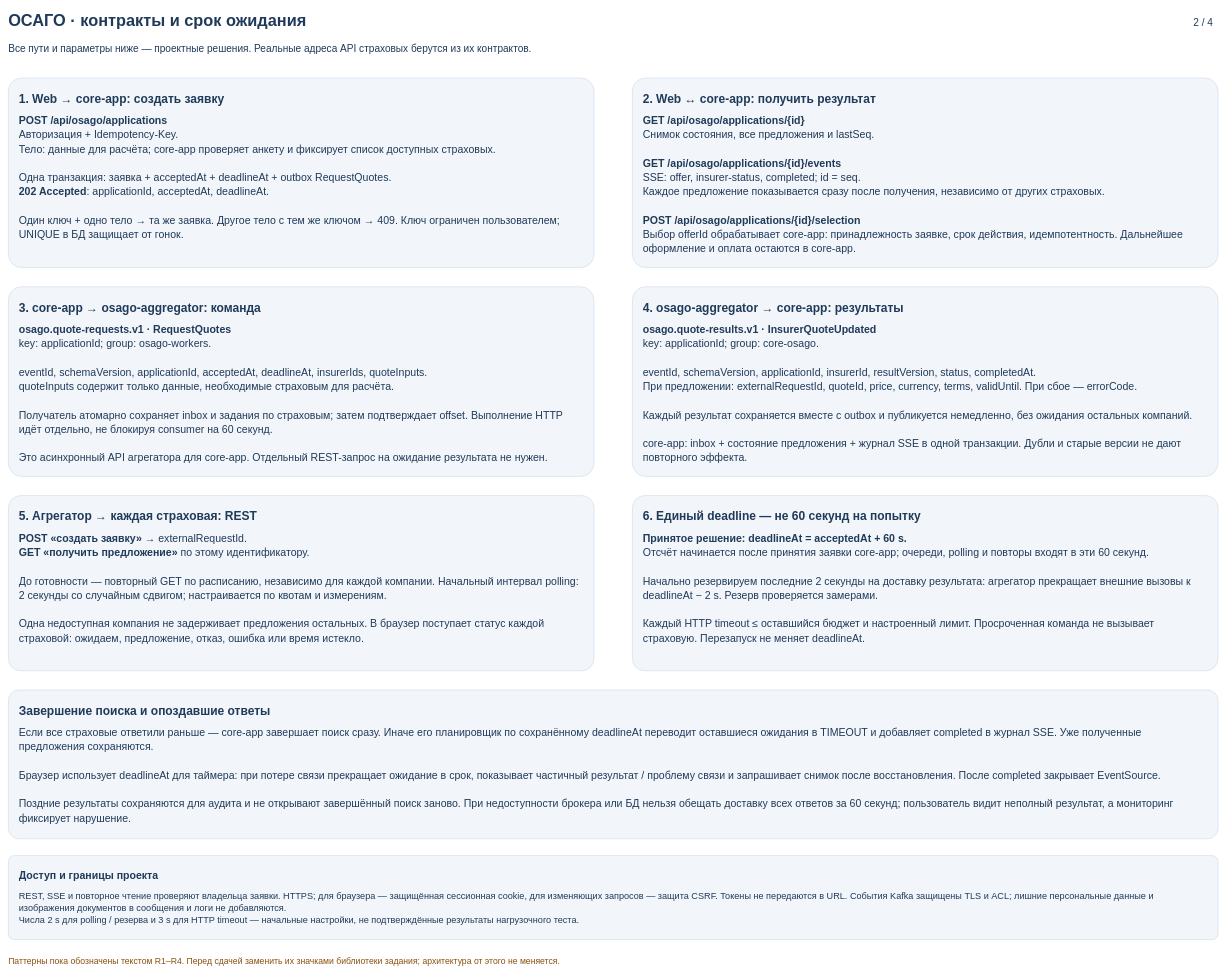
The draw.io diagram page "2. API и срок ожидания" (2 of 4) of Task4/InsureTech_C4_OSAGO_to-be.drawio in metroshka/architecture-insuretech, before the edit. Source tidied: cells renumbered, new cells numbered last; positions are measured from the earlier drawing's top-left corner, leaving out a move shared by most shapes. Both pictures are drawn from the tidied source at 48%, with x=0, y=0 at pixel (8, 8).
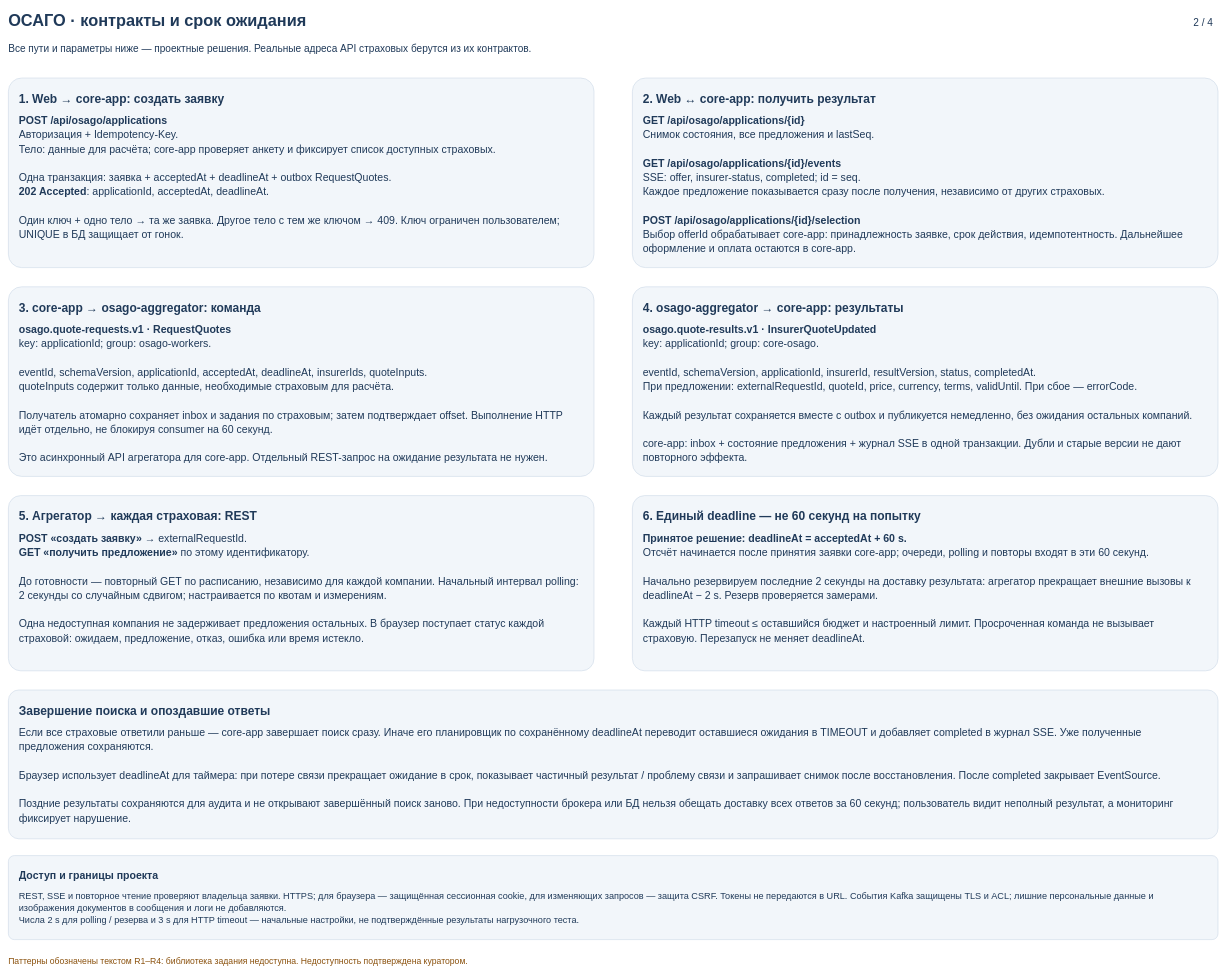
The same diagram, later.

Commit message (it also covers changes not shown here):
Task4: обновлено примечание о недоступности библиотеки

Diff of the diagram source:
```diff
@@
 <mxGraphModel background="#FFFFFF">
   <root>
     <mxCell id="0" />
     <mxCell id="1" parent="0" />
     <mxCell id="2" value="ОСАГО · контракты и срок ожидания" style="text;html=1;whiteSpace=wrap;overflow=hidden;align=left;verticalAlign=middle;fontFamily=Arial;fontSize=34;fontColor=#203A59;fontStyle=1;spacing=0;" parent="1" vertex="1">
       <mxGeometry width="2360" height="52" as="geometry" />
     </mxCell>
     <mxCell id="3" value="Все пути и параметры ниже — проектные решения. Реальные адреса API страховых берутся из их контрактов." style="text;html=1;whiteSpace=wrap;overflow=hidden;align=left;verticalAlign=middle;fontFamily=Arial;fontSize=21;fontColor=#203A59;fontStyle=0;spacing=0;" parent="1" vertex="1">
       <mxGeometry y="63" width="2500" height="40" as="geometry" />
     </mxCell>
     <mxCell id="4" value="2 / 4" style="text;html=1;whiteSpace=wrap;overflow=hidden;align=right;verticalAlign=middle;fontFamily=Arial;fontSize=21;fontColor=#203A59;fontStyle=0;spacing=0;" parent="1" vertex="1">
       <mxGeometry x="2390" y="11" width="120" height="35" as="geometry" />
     </mxCell>
     <mxCell id="5" value="&lt;div style=&quot;font-family:Arial;line-height:1.35&quot;&gt;&lt;div style=&quot;font-size:25px;font-weight:bold;margin-bottom:14px&quot;&gt;1. Web → core-app: создать заявку&lt;/div&gt;&lt;div style=&quot;font-size:22px&quot;&gt;&lt;b&gt;POST /api/osago/applications&lt;/b&gt;&lt;br&gt;Авторизация + Idempotency-Key.&lt;br&gt;Тело: данные для расчёта; core-app проверяет анкету и фиксирует список доступных страховых.&lt;br&gt;&lt;br&gt;Одна транзакция: заявка + acceptedAt + deadlineAt + outbox RequestQuotes.&lt;br&gt;&lt;b&gt;202 Accepted&lt;/b&gt;: applicationId, acceptedAt, deadlineAt.&lt;br&gt;&lt;br&gt;Один ключ + одно тело → та же заявка. Другое тело с тем же ключом → 409. Ключ ограничен пользователем; UNIQUE в БД защищает от гонок.&lt;/div&gt;&lt;/div&gt;" style="rounded=1;arcSize=7;whiteSpace=wrap;html=1;overflow=hidden;fillColor=#F2F6FA;strokeColor=#C2D1E2;fontColor=#203A59;align=left;verticalAlign=top;spacing=22;" parent="1" vertex="1">
       <mxGeometry y="145" width="1220" height="395" as="geometry" />
     </mxCell>
     <mxCell id="6" value="&lt;div style=&quot;font-family:Arial;line-height:1.35&quot;&gt;&lt;div style=&quot;font-size:25px;font-weight:bold;margin-bottom:14px&quot;&gt;2. Web ↔ core-app: получить результат&lt;/div&gt;&lt;div style=&quot;font-size:22px&quot;&gt;&lt;b&gt;GET /api/osago/applications/{id}&lt;/b&gt;&lt;br&gt;Снимок состояния, все предложения и lastSeq.&lt;br&gt;&lt;br&gt;&lt;b&gt;GET /api/osago/applications/{id}/events&lt;/b&gt;&lt;br&gt;SSE: offer, insurer-status, completed; id = seq.&lt;br&gt;Каждое предложение показывается сразу после получения, независимо от других страховых.&lt;br&gt;&lt;br&gt;&lt;b&gt;POST /api/osago/applications/{id}/selection&lt;/b&gt;&lt;br&gt;Выбор offerId обрабатывает core-app: принадлежность заявке, срок действия, идемпотентность. Дальнейшее оформление и оплата остаются в core-app.&lt;/div&gt;&lt;/div&gt;" style="rounded=1;arcSize=7;whiteSpace=wrap;html=1;overflow=hidden;fillColor=#F2F6FA;strokeColor=#C2D1E2;fontColor=#203A59;align=left;verticalAlign=top;spacing=22;" parent="1" vertex="1">
       <mxGeometry x="1300" y="145" width="1220" height="395" as="geometry" />
     </mxCell>
     <mxCell id="7" value="&lt;div style=&quot;font-family:Arial;line-height:1.35&quot;&gt;&lt;div style=&quot;font-size:25px;font-weight:bold;margin-bottom:14px&quot;&gt;3. core-app → osago-aggregator: команда&lt;/div&gt;&lt;div style=&quot;font-size:22px&quot;&gt;&lt;b&gt;osago.quote-requests.v1 · RequestQuotes&lt;/b&gt;&lt;br&gt;key: applicationId; group: osago-workers.&lt;br&gt;&lt;br&gt;eventId, schemaVersion, applicationId, acceptedAt, deadlineAt, insurerIds, quoteInputs.&lt;br&gt;quoteInputs содержит только данные, необходимые страховым для расчёта.&lt;br&gt;&lt;br&gt;Получатель атомарно сохраняет inbox и задания по страховым; затем подтверждает offset. Выполнение HTTP идёт отдельно, не блокируя consumer на 60 секунд.&lt;br&gt;&lt;br&gt;Это асинхронный API агрегатора для core-app. Отдельный REST-запрос на ожидание результата не нужен.&lt;/div&gt;&lt;/div&gt;" style="rounded=1;arcSize=7;whiteSpace=wrap;html=1;overflow=hidden;fillColor=#F2F6FA;strokeColor=#C2D1E2;fontColor=#203A59;align=left;verticalAlign=top;spacing=22;" parent="1" vertex="1">
       <mxGeometry y="580" width="1220" height="395" as="geometry" />
     </mxCell>
     <mxCell id="8" value="&lt;div style=&quot;font-family:Arial;line-height:1.35&quot;&gt;&lt;div style=&quot;font-size:25px;font-weight:bold;margin-bottom:14px&quot;&gt;4. osago-aggregator → core-app: результаты&lt;/div&gt;&lt;div style=&quot;font-size:22px&quot;&gt;&lt;b&gt;osago.quote-results.v1 · InsurerQuoteUpdated&lt;/b&gt;&lt;br&gt;key: applicationId; group: core-osago.&lt;br&gt;&lt;br&gt;eventId, schemaVersion, applicationId, insurerId, resultVersion, status, completedAt.&lt;br&gt;При предложении: externalRequestId, quoteId, price, currency, terms, validUntil. При сбое — errorCode.&lt;br&gt;&lt;br&gt;Каждый результат сохраняется вместе с outbox и публикуется немедленно, без ожидания остальных компаний.&lt;br&gt;&lt;br&gt;core-app: inbox + состояние предложения + журнал SSE в одной транзакции. Дубли и старые версии не дают повторного эффекта.&lt;/div&gt;&lt;/div&gt;" style="rounded=1;arcSize=7;whiteSpace=wrap;html=1;overflow=hidden;fillColor=#F2F6FA;strokeColor=#C2D1E2;fontColor=#203A59;align=left;verticalAlign=top;spacing=22;" parent="1" vertex="1">
       <mxGeometry x="1300" y="580" width="1220" height="395" as="geometry" />
     </mxCell>
     <mxCell id="9" value="&lt;div style=&quot;font-family:Arial;line-height:1.35&quot;&gt;&lt;div style=&quot;font-size:25px;font-weight:bold;margin-bottom:14px&quot;&gt;5. Агрегатор → каждая страховая: REST&lt;/div&gt;&lt;div style=&quot;font-size:22px&quot;&gt;&lt;b&gt;POST «создать заявку»&lt;/b&gt; → externalRequestId.&lt;br&gt;&lt;b&gt;GET «получить предложение»&lt;/b&gt; по этому идентификатору.&lt;br&gt;&lt;br&gt;До готовности — повторный GET по расписанию, независимо для каждой компании. Начальный интервал polling: 2 секунды со случайным сдвигом; настраивается по квотам и измерениям.&lt;br&gt;&lt;br&gt;Одна недоступная компания не задерживает предложения остальных. В браузер поступает статус каждой страховой: ожидаем, предложение, отказ, ошибка или время истекло.&lt;/div&gt;&lt;/div&gt;" style="rounded=1;arcSize=7;whiteSpace=wrap;html=1;overflow=hidden;fillColor=#F2F6FA;strokeColor=#C2D1E2;fontColor=#203A59;align=left;verticalAlign=top;spacing=22;" parent="1" vertex="1">
       <mxGeometry y="1015" width="1220" height="365" as="geometry" />
     </mxCell>
     <mxCell id="10" value="&lt;div style=&quot;font-family:Arial;line-height:1.35&quot;&gt;&lt;div style=&quot;font-size:25px;font-weight:bold;margin-bottom:14px&quot;&gt;6. Единый deadline — не 60 секунд на попытку&lt;/div&gt;&lt;div style=&quot;font-size:22px&quot;&gt;&lt;b&gt;Принятое решение: deadlineAt = acceptedAt + 60 s.&lt;/b&gt;&lt;br&gt;Отсчёт начинается после принятия заявки core-app; очереди, polling и повторы входят в эти 60 секунд.&lt;br&gt;&lt;br&gt;Начально резервируем последние 2 секунды на доставку результата: агрегатор прекращает внешние вызовы к deadlineAt − 2 s. Резерв проверяется замерами.&lt;br&gt;&lt;br&gt;Каждый HTTP timeout ≤ оставшийся бюджет и настроенный лимит. Просроченная команда не вызывает страховую. Перезапуск не меняет deadlineAt.&lt;/div&gt;&lt;/div&gt;" style="rounded=1;arcSize=7;whiteSpace=wrap;html=1;overflow=hidden;fillColor=#F2F6FA;strokeColor=#C2D1E2;fontColor=#203A59;align=left;verticalAlign=top;spacing=22;" parent="1" vertex="1">
       <mxGeometry x="1300" y="1015" width="1220" height="365" as="geometry" />
     </mxCell>
     <mxCell id="11" value="&lt;div style=&quot;font-family:Arial;line-height:1.35&quot;&gt;&lt;div style=&quot;font-size:25px;font-weight:bold;margin-bottom:14px&quot;&gt;Завершение поиска и опоздавшие ответы&lt;/div&gt;&lt;div style=&quot;font-size:22px&quot;&gt;Если все страховые ответили раньше — core-app завершает поиск сразу. Иначе его планировщик по сохранённому deadlineAt переводит оставшиеся ожидания в TIMEOUT и добавляет completed в журнал SSE. Уже полученные предложения сохраняются.&lt;br&gt;&lt;br&gt;Браузер использует deadlineAt для таймера: при потере связи прекращает ожидание в срок, показывает частичный результат / проблему связи и запрашивает снимок после восстановления. После completed закрывает EventSource.&lt;br&gt;&lt;br&gt;Поздние результаты сохраняются для аудита и не открывают завершённый поиск заново. При недоступности брокера или БД нельзя обещать доставку всех ответов за 60 секунд; пользователь видит неполный результат, а мониторинг фиксирует нарушение.&lt;/div&gt;&lt;/div&gt;" style="rounded=1;arcSize=7;whiteSpace=wrap;html=1;overflow=hidden;fillColor=#F2F6FA;strokeColor=#C2D1E2;fontColor=#203A59;align=left;verticalAlign=top;spacing=22;" parent="1" vertex="1">
       <mxGeometry y="1420" width="2520" height="310" as="geometry" />
     </mxCell>
     <mxCell id="12" value="&lt;div style=&quot;font-family:Arial;line-height:1.35&quot;&gt;&lt;div style=&quot;font-size:22px;font-weight:bold;margin-bottom:14px&quot;&gt;Доступ и границы проекта&lt;/div&gt;&lt;div style=&quot;font-size:19px&quot;&gt;REST, SSE и повторное чтение проверяют владельца заявки. HTTPS; для браузера — защищённая сессионная cookie, для изменяющих запросов — защита CSRF. Токены не передаются в URL. События Kafka защищены TLS и ACL; лишние персональные данные и изображения документов в сообщения и логи не добавляются.&lt;br&gt;Числа 2 s для polling / резерва и 3 s для HTTP timeout — начальные настройки, не подтверждённые результаты нагрузочного теста.&lt;/div&gt;&lt;/div&gt;" style="rounded=1;arcSize=7;whiteSpace=wrap;html=1;overflow=hidden;fillColor=#F2F6FA;strokeColor=#C2D1E2;fontColor=#203A59;align=left;verticalAlign=top;spacing=22;" parent="1" vertex="1">
       <mxGeometry y="1765" width="2520" height="175" as="geometry" />
     </mxCell>
-    <mxCell id="13" value="Паттерны пока обозначены текстом R1–R4. Перед сдачей заменить их значками библиотеки задания; архитектура от этого не меняется." style="text;html=1;whiteSpace=wrap;overflow=hidden;align=left;verticalAlign=middle;fontFamily=Arial;fontSize=18;fontColor=#8A510D;fontStyle=0;spacing=0;" parent="1" vertex="1">
+    <mxCell id="13" value="Паттерны обозначены текстом R1–R4: библиотека задания недоступна. Недоступность подтверждена куратором." style="text;html=1;whiteSpace=wrap;overflow=hidden;align=left;verticalAlign=middle;fontFamily=Arial;fontSize=18;fontColor=#8A510D;fontStyle=0;spacing=0;" parent="1" vertex="1">
       <mxGeometry y="1965" width="2520" height="40" as="geometry" />
     </mxCell>
   </root>
 </mxGraphModel>
```
